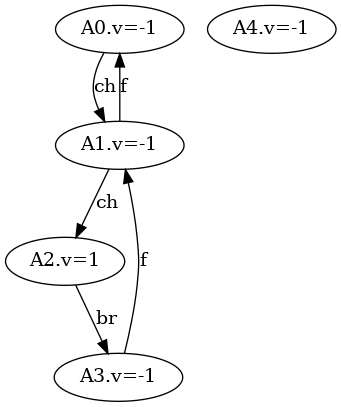
Above: heap_graph.png in AlexFrazao/Advanced-Algorithms (Graphviz), before the change. Its source is kept beside it as heap_graph.dot.
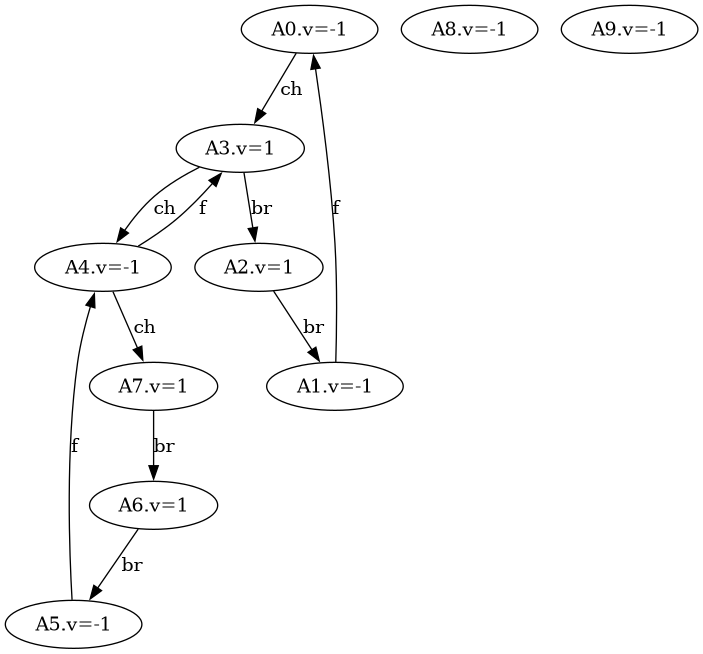
Later version of the same file.

The edit, as a diff of the source:
```diff
@@ -2,11 +2,21 @@
 A0 [label="A0.v=-1"]
 A1 [label="A1.v=-1"]
 A2 [label="A2.v=1"]
-A3 [label="A3.v=-1"]
+A3 [label="A3.v=1"]
 A4 [label="A4.v=-1"]
-A0 -> A1 [label="ch"]
-A1 -> A2 [label="ch"]
+A5 [label="A5.v=-1"]
+A6 [label="A6.v=1"]
+A7 [label="A7.v=1"]
+A8 [label="A8.v=-1"]
+A9 [label="A9.v=-1"]
+A0 -> A3 [label="ch"]
 A1 -> A0 [label="f"]
-A2 -> A3 [label="br"]
-A3 -> A1 [label="f"]
+A2 -> A1 [label="br"]
+A3 -> A4 [label="ch"]
+A3 -> A2 [label="br"]
+A4 -> A7 [label="ch"]
+A4 -> A3 [label="f"]
+A5 -> A4 [label="f"]
+A6 -> A5 [label="br"]
+A7 -> A6 [label="br"]
 }
```
